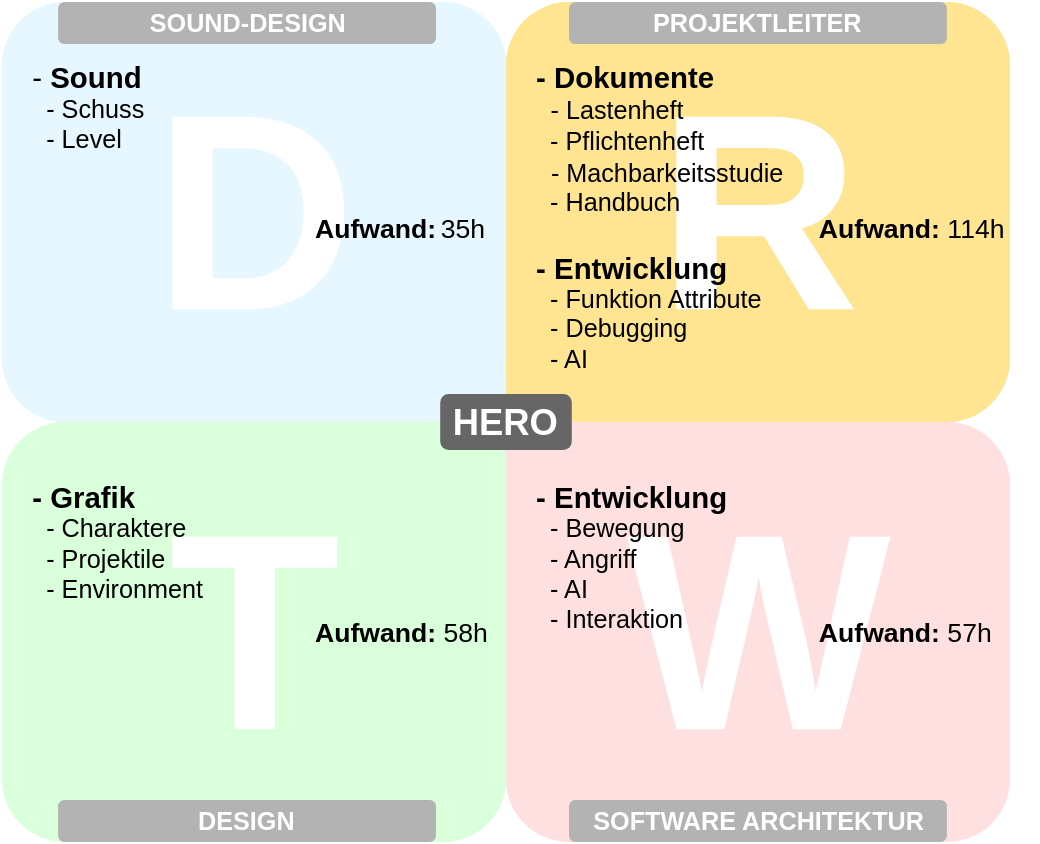
The draw.io diagram Documentation/presentation/imgs/Aufteilung.svg in mreichl-tgm/hero, before a commit. Source tidied: cells renumbered, new cells last; positions are measured from the earlier drawing's top-left corner, leaving out a move shared by most shapes.
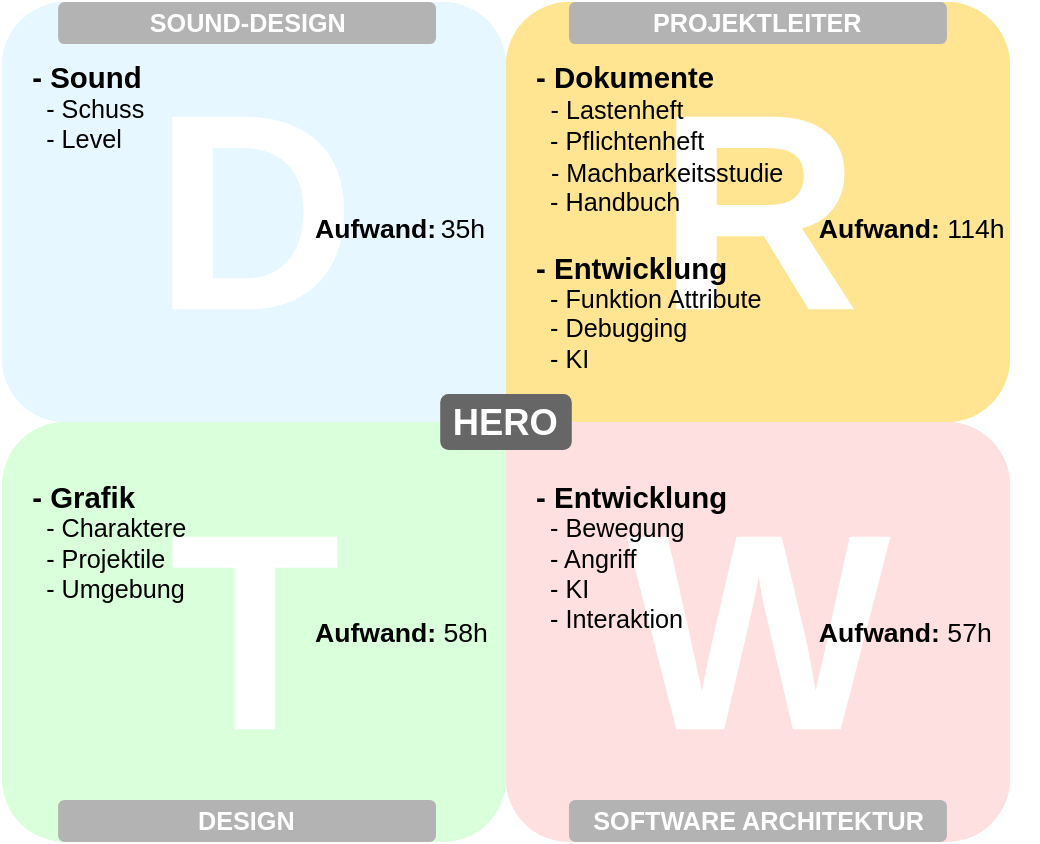
The same diagram one commit later.

Diff of the diagram source:
```diff
@@ -74,16 +74,16 @@
     <mxCell id="25" value="W" style="rounded=1;whiteSpace=wrap;fillColor=#FFE0E0;strokeColor=none;fontSize=200;fontStyle=1;fontColor=#FFFFFF;html=1;" parent="1" vertex="1">
       <mxGeometry x="360" y="300" width="360" height="300" as="geometry" />
     </mxCell>
-    <mxCell id="26" value="&lt;font style=&quot;font-size: 21px&quot;&gt;- &lt;b&gt;Sound&lt;/b&gt;&lt;/font&gt;&lt;div&gt;&lt;font size=&quot;4&quot;&gt;&amp;nbsp; - Schuss&lt;/font&gt;&lt;/div&gt;&lt;div&gt;&lt;font size=&quot;4&quot;&gt;&amp;nbsp; - Level&lt;/font&gt;&lt;/div&gt;" style="text;spacingTop=-5;html=1;" parent="1" vertex="1">
+    <mxCell id="26" value="&lt;font style=&quot;font-size: 21px&quot;&gt;&lt;b&gt;-&lt;/b&gt; &lt;b&gt;Sound&lt;/b&gt;&lt;/font&gt;&lt;div&gt;&lt;font size=&quot;4&quot;&gt;&amp;nbsp; - Schuss&lt;/font&gt;&lt;/div&gt;&lt;div&gt;&lt;font size=&quot;4&quot;&gt;&amp;nbsp; - Level&lt;/font&gt;&lt;/div&gt;" style="text;spacingTop=-5;html=1;" parent="1" vertex="1">
       <mxGeometry x="20" y="40" width="320" height="260" as="geometry" />
     </mxCell>
-    <mxCell id="27" value="&lt;font style=&quot;font-size: 21px&quot;&gt;&lt;b&gt;- Dokumente&lt;/b&gt;&lt;/font&gt;&lt;div&gt;&lt;font style=&quot;font-size: 19px&quot;&gt;&amp;nbsp;&lt;/font&gt;&lt;font style=&quot;font-size: 18px&quot;&gt; - Lastenheft&lt;/font&gt;&lt;/div&gt;&lt;div&gt;&lt;font style=&quot;font-size: 18px&quot;&gt;&amp;nbsp; - Pflichtenheft&lt;/font&gt;&lt;/div&gt;&lt;div&gt;&lt;font style=&quot;font-size: 19px&quot;&gt;&amp;nbsp; &lt;/font&gt;&lt;font style=&quot;font-size: 18px&quot;&gt;- Machbarkeitsstudie&lt;/font&gt;&lt;/div&gt;&lt;div&gt;&lt;font style=&quot;font-size: 18px&quot;&gt;&amp;nbsp; - Handbuch&lt;/font&gt;&lt;/div&gt;&lt;div&gt;&lt;font style=&quot;font-size: 18px&quot;&gt;&lt;br&gt;&lt;/font&gt;&lt;div&gt;&lt;font style=&quot;font-size: 21px&quot;&gt;&lt;b&gt;- Entwicklung&lt;/b&gt;&lt;/font&gt;&lt;/div&gt;&lt;/div&gt;&lt;div&gt;&lt;font style=&quot;font-size: 18px&quot;&gt;&amp;nbsp; - Funktion Attribute&lt;/font&gt;&lt;/div&gt;&lt;div&gt;&lt;font size=&quot;4&quot;&gt;&amp;nbsp; - Debugging&lt;/font&gt;&lt;/div&gt;&lt;div&gt;&lt;font size=&quot;4&quot;&gt;&amp;nbsp; - AI&lt;/font&gt;&lt;/div&gt;" style="text;spacingTop=-5;html=1;" parent="1" vertex="1">
+    <mxCell id="27" value="&lt;font style=&quot;font-size: 21px&quot;&gt;&lt;b&gt;- Dokumente&lt;/b&gt;&lt;/font&gt;&lt;div&gt;&lt;font style=&quot;font-size: 19px&quot;&gt;&amp;nbsp;&lt;/font&gt;&lt;font style=&quot;font-size: 18px&quot;&gt; - Lastenheft&lt;/font&gt;&lt;/div&gt;&lt;div&gt;&lt;font style=&quot;font-size: 18px&quot;&gt;&amp;nbsp; - Pflichtenheft&lt;/font&gt;&lt;/div&gt;&lt;div&gt;&lt;font style=&quot;font-size: 19px&quot;&gt;&amp;nbsp; &lt;/font&gt;&lt;font style=&quot;font-size: 18px&quot;&gt;- Machbarkeitsstudie&lt;/font&gt;&lt;/div&gt;&lt;div&gt;&lt;font style=&quot;font-size: 18px&quot;&gt;&amp;nbsp; - Handbuch&lt;/font&gt;&lt;/div&gt;&lt;div&gt;&lt;font style=&quot;font-size: 18px&quot;&gt;&lt;br&gt;&lt;/font&gt;&lt;div&gt;&lt;font style=&quot;font-size: 21px&quot;&gt;&lt;b&gt;- Entwicklung&lt;/b&gt;&lt;/font&gt;&lt;/div&gt;&lt;/div&gt;&lt;div&gt;&lt;font style=&quot;font-size: 18px&quot;&gt;&amp;nbsp; - Funktion Attribute&lt;/font&gt;&lt;/div&gt;&lt;div&gt;&lt;font size=&quot;4&quot;&gt;&amp;nbsp; - Debugging&lt;/font&gt;&lt;/div&gt;&lt;div&gt;&lt;font size=&quot;4&quot;&gt;&amp;nbsp; - KI&lt;/font&gt;&lt;/div&gt;" style="text;spacingTop=-5;html=1;" parent="1" vertex="1">
       <mxGeometry x="380" y="40" width="320" height="260" as="geometry" />
     </mxCell>
-    <mxCell id="28" value="&lt;font style=&quot;font-size: 21px&quot;&gt;&lt;b&gt;- Grafik&lt;/b&gt;&lt;/font&gt;&lt;div&gt;&lt;font size=&quot;4&quot;&gt;&amp;nbsp; - Charaktere&lt;/font&gt;&lt;/div&gt;&lt;div&gt;&lt;font size=&quot;4&quot;&gt;&amp;nbsp; - Projektile&lt;/font&gt;&lt;/div&gt;&lt;div&gt;&lt;font size=&quot;4&quot;&gt;&amp;nbsp; - Environment&lt;/font&gt;&lt;/div&gt;" style="text;spacingTop=-5;html=1;" parent="1" vertex="1">
+    <mxCell id="28" value="&lt;font style=&quot;font-size: 21px&quot;&gt;&lt;b&gt;- Grafik&lt;/b&gt;&lt;/font&gt;&lt;div&gt;&lt;font size=&quot;4&quot;&gt;&amp;nbsp; - Charaktere&lt;/font&gt;&lt;/div&gt;&lt;div&gt;&lt;font size=&quot;4&quot;&gt;&amp;nbsp; - Projektile&lt;/font&gt;&lt;/div&gt;&lt;div&gt;&lt;font size=&quot;4&quot;&gt;&amp;nbsp; - Umgebung&lt;/font&gt;&lt;/div&gt;" style="text;spacingTop=-5;html=1;" parent="1" vertex="1">
       <mxGeometry x="20" y="340" width="320" height="260" as="geometry" />
     </mxCell>
-    <mxCell id="29" value="&lt;font style=&quot;font-size: 21px&quot;&gt;&lt;b&gt;- Entwicklung&lt;/b&gt;&lt;/font&gt;&lt;div&gt;&lt;font size=&quot;4&quot;&gt;&amp;nbsp; - Bewegung&lt;/font&gt;&lt;/div&gt;&lt;div&gt;&lt;font size=&quot;4&quot;&gt;&amp;nbsp; - Angriff&lt;/font&gt;&lt;/div&gt;&lt;div&gt;&lt;font size=&quot;4&quot;&gt;&amp;nbsp; - AI&lt;/font&gt;&lt;/div&gt;&lt;div&gt;&lt;font size=&quot;4&quot;&gt;&amp;nbsp; - Interaktion&lt;/font&gt;&lt;/div&gt;" style="text;spacingTop=-5;html=1;" parent="1" vertex="1">
+    <mxCell id="29" value="&lt;font style=&quot;font-size: 21px&quot;&gt;&lt;b&gt;- Entwicklung&lt;/b&gt;&lt;/font&gt;&lt;div&gt;&lt;font size=&quot;4&quot;&gt;&amp;nbsp; - Bewegung&lt;/font&gt;&lt;/div&gt;&lt;div&gt;&lt;font size=&quot;4&quot;&gt;&amp;nbsp; - Angriff&lt;/font&gt;&lt;/div&gt;&lt;div&gt;&lt;font size=&quot;4&quot;&gt;&amp;nbsp; - KI&lt;/font&gt;&lt;/div&gt;&lt;div&gt;&lt;font size=&quot;4&quot;&gt;&amp;nbsp; - Interaktion&lt;/font&gt;&lt;/div&gt;" style="text;spacingTop=-5;html=1;" parent="1" vertex="1">
       <mxGeometry x="380" y="340" width="320" height="260" as="geometry" />
     </mxCell>
     <mxCell id="30" value="SOFTWARE ARCHITEKTUR" style="rounded=1;whiteSpace=wrap;fillColor=#B3B3B3;strokeColor=none;fontStyle=1;fontSize=18;fontColor=#FFFFFF;html=1;" parent="1" vertex="1">
```
